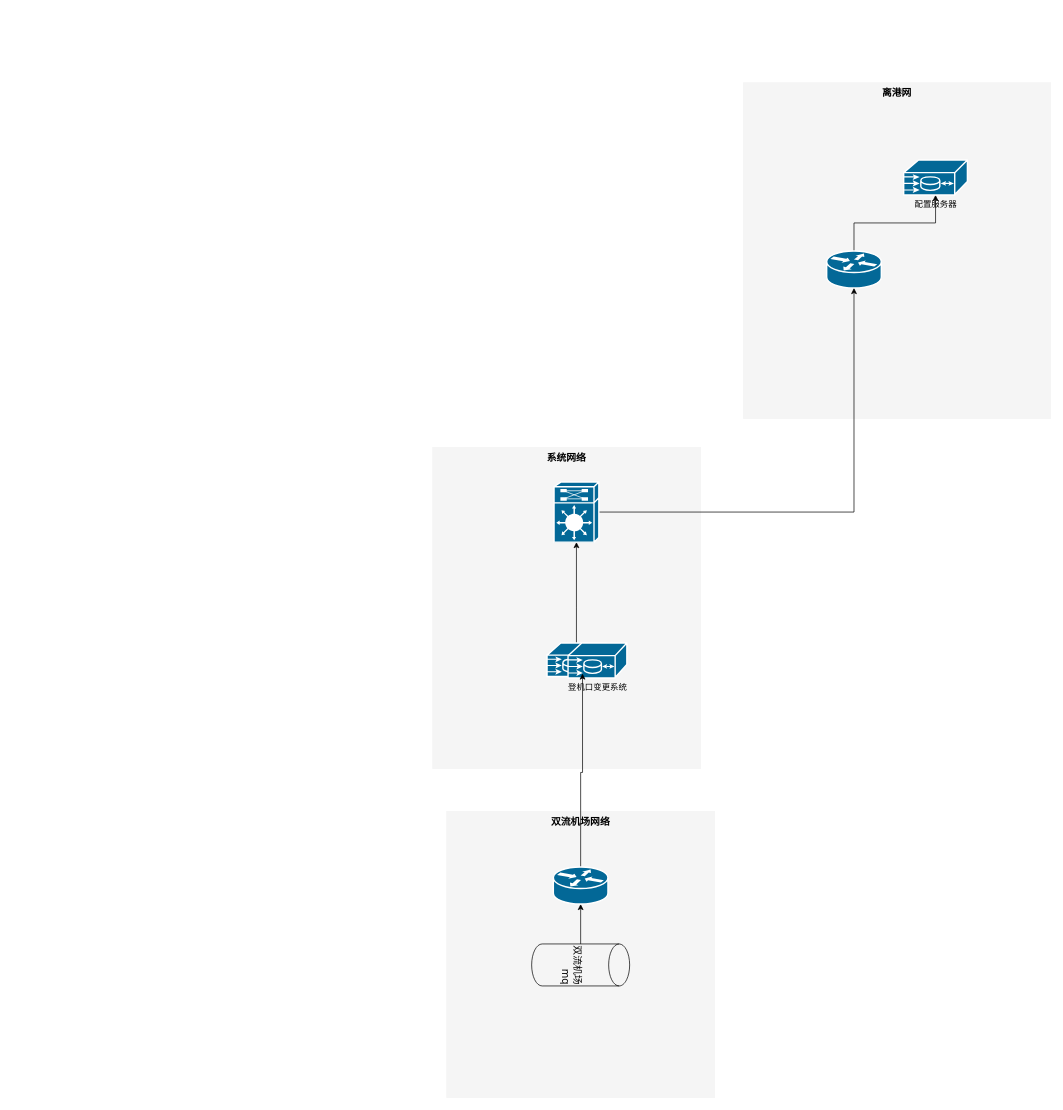
The draw.io diagram 双流机场登机口变更网络图.drawio in yang981209/gitskills, before the edit. Source tidied: cells renumbered, new cells numbered last; positions are measured from the earlier drawing's top-left corner, leaving out a move shared by most shapes. Both pictures are drawn from the tidied source at 70%, with x=0, y=0 at pixel (432, 82).
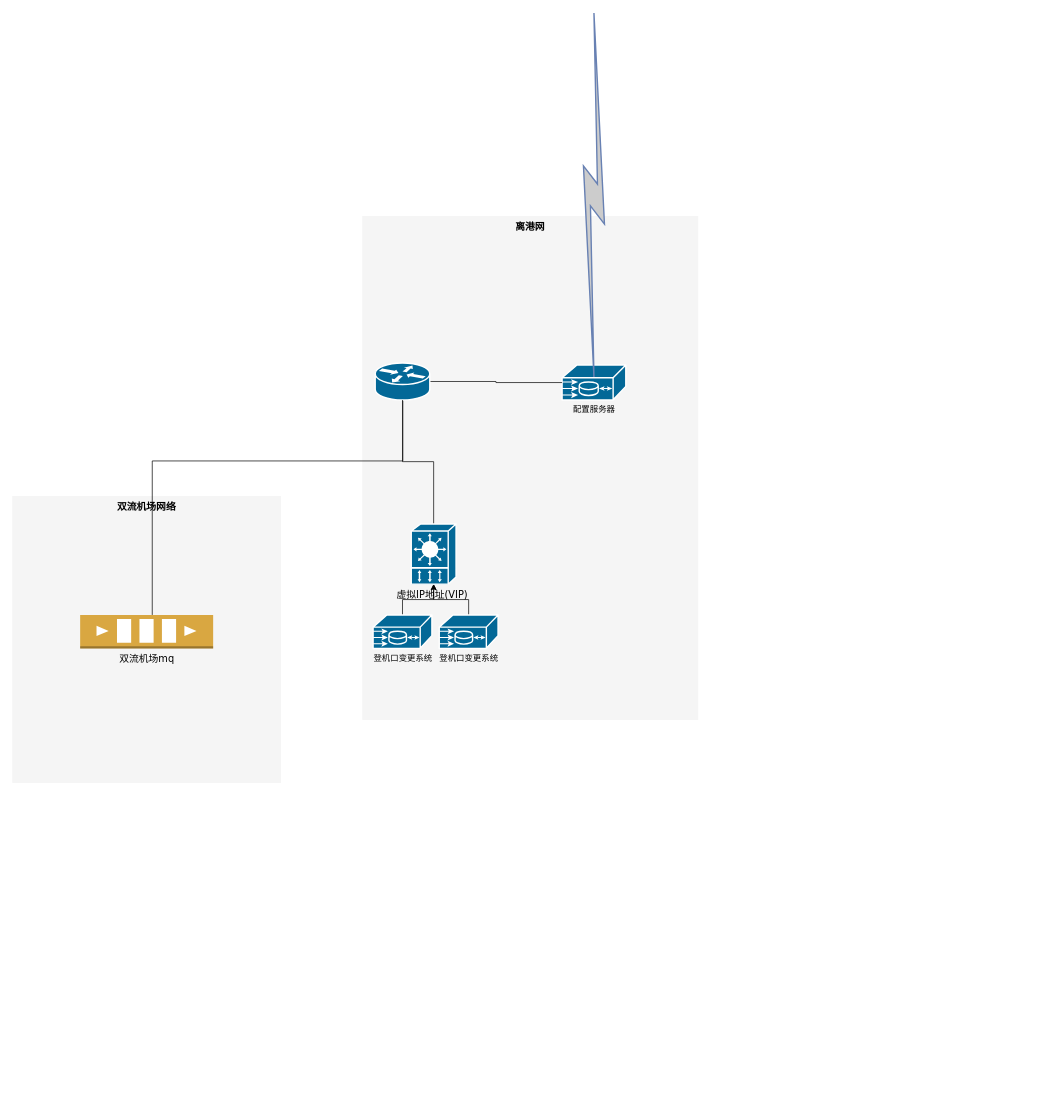
The same page after the edit.

Commit message (it also covers changes not shown here):
更新双流机场登机口变更网络图.drawio

The edit, as a diff of the source:
```diff
@@
 <mxGraphModel>
   <root>
     <mxCell id="0" />
     <mxCell id="1" parent="0" />
     <mxCell id="2" value="离港网" style="whiteSpace=wrap;html=1;rounded=0;shadow=0;comic=0;strokeWidth=1;fontFamily=Verdana;fontSize=14;fillColor=#f5f5f5;strokeColor=none;verticalAlign=top;fontStyle=1;" parent="1" vertex="1">
-      <mxGeometry x="444" width="440" height="481" as="geometry" />
+      <mxGeometry x="-100" y="191" width="480" height="720" as="geometry" />
     </mxCell>
-    <mxCell id="3" value="系统网络" style="whiteSpace=wrap;html=1;rounded=0;shadow=0;comic=0;strokeWidth=1;fontFamily=Verdana;fontSize=14;fillColor=#f5f5f5;strokeColor=none;fontStyle=1;verticalAlign=top;" parent="1" vertex="1">
-      <mxGeometry y="521" width="384" height="460" as="geometry" />
-    </mxCell>
-    <mxCell id="4" style="edgeStyle=orthogonalEdgeStyle;rounded=0;jettySize=auto;html=1;exitX=0.5;exitY=0;exitDx=0;exitDy=0;exitPerimeter=0;fontFamily=Verdana;fontSize=14;fontColor=default;entryX=0.5;entryY=1;entryDx=0;entryDy=0;entryPerimeter=0;" parent="1" edge="1" source="5" target="11">
-      <mxGeometry relative="1" as="geometry">
-        <Array as="points">
-          <mxPoint x="206" y="751" />
-          <mxPoint x="206" y="751" />
-        </Array>
-      </mxGeometry>
-    </mxCell>
+    <mxCell id="17" style="edgeStyle=orthogonalEdgeStyle;rounded=0;jettySize=auto;html=1;exitX=0.5;exitY=0;exitDx=0;exitDy=0;exitPerimeter=0;entryX=0.5;entryY=1;entryDx=0;entryDy=0;entryPerimeter=0;fontFamily=Verdana;fontSize=14;fontColor=default;" parent="1" edge="1" source="5" target="21">
+      <mxGeometry relative="1" as="geometry" />
+    </mxCell>
-    <mxCell id="5" style="shape=mxgraph.cisco.misc.me1100;html=1;dashed=0;fillColor=#036897;strokeColor=#ffffff;strokeWidth=2;verticalLabelPosition=bottom;verticalAlign=top;rounded=0;shadow=0;comic=0;fontFamily=Verdana;fontSize=12;" parent="1" vertex="1">
-      <mxGeometry x="164" y="801" width="84" height="48" as="geometry" />
+    <mxCell id="5" value="登机口变更系统" style="shape=mxgraph.cisco.misc.me1100;html=1;dashed=0;fillColor=#036897;strokeColor=#ffffff;strokeWidth=2;verticalLabelPosition=bottom;verticalAlign=top;rounded=0;shadow=0;comic=0;fontFamily=Verdana;fontSize=12;" parent="1" vertex="1">
+      <mxGeometry x="-84.5" y="761" width="84" height="48" as="geometry" />
     </mxCell>
-    <mxCell id="6" style="edgeStyle=orthogonalEdgeStyle;rounded=0;jettySize=auto;html=1;exitX=0.5;exitY=0;exitDx=0;exitDy=0;exitPerimeter=0;entryX=0.5;entryY=1;entryDx=0;entryDy=0;entryPerimeter=0;fontFamily=Verdana;fontSize=14;fontColor=default;" parent="1" edge="1" source="7" target="8">
-      <mxGeometry relative="1" as="geometry" />
-    </mxCell>
-    <mxCell id="7" style="shape=mxgraph.cisco.routers.router;html=1;dashed=0;fillColor=#036897;strokeColor=#ffffff;strokeWidth=2;verticalLabelPosition=bottom;verticalAlign=top;rounded=0;shadow=0;comic=0;fontFamily=Verdana;fontSize=12;" parent="1" vertex="1">
-      <mxGeometry x="563.5" y="241" width="78" height="53" as="geometry" />
-    </mxCell>
     <mxCell id="8" value="配置服务器" style="shape=mxgraph.cisco.misc.me1100;html=1;dashed=0;fillColor=#036897;strokeColor=#ffffff;strokeWidth=2;verticalLabelPosition=bottom;verticalAlign=top;rounded=0;shadow=0;comic=0;fontFamily=Verdana;fontSize=12;" parent="1" vertex="1">
-      <mxGeometry x="673.5" y="111" width="91" height="50" as="geometry" />
+      <mxGeometry x="185.5" y="404" width="91" height="50" as="geometry" />
     </mxCell>
+    <mxCell id="18" style="edgeStyle=orthogonalEdgeStyle;rounded=0;jettySize=auto;html=1;exitX=0.5;exitY=0;exitDx=0;exitDy=0;exitPerimeter=0;entryX=0.5;entryY=1;entryDx=0;entryDy=0;entryPerimeter=0;fontFamily=Verdana;fontSize=14;fontColor=default;" parent="1" edge="1" source="9" target="21">
+      <mxGeometry relative="1" as="geometry" />
+    </mxCell>
     <mxCell id="9" value="登机口变更系统&lt;br&gt;" style="shape=mxgraph.cisco.misc.me1100;html=1;dashed=0;fillColor=#036897;strokeColor=#ffffff;strokeWidth=2;verticalLabelPosition=bottom;verticalAlign=top;rounded=0;shadow=0;comic=0;fontFamily=Verdana;fontSize=12;" parent="1" vertex="1">
-      <mxGeometry x="194" y="801" width="84" height="50" as="geometry" />
+      <mxGeometry x="10" y="761" width="84" height="48" as="geometry" />
     </mxCell>
-    <mxCell id="10" style="edgeStyle=orthogonalEdgeStyle;rounded=0;jettySize=auto;html=1;entryX=0.5;entryY=1;entryDx=0;entryDy=0;entryPerimeter=0;fontFamily=Verdana;fontSize=14;fontColor=default;exitX=1;exitY=0.5;exitDx=0;exitDy=0;exitPerimeter=0;" parent="1" edge="1" source="11" target="7">
-      <mxGeometry relative="1" as="geometry" />
-    </mxCell>
-    <mxCell id="11" style="shape=mxgraph.cisco.misc.route_switch_processor;html=1;dashed=0;fillColor=#036897;strokeColor=#ffffff;strokeWidth=2;verticalLabelPosition=bottom;verticalAlign=top;rounded=0;shadow=0;comic=0;fontFamily=Verdana;fontSize=12;" parent="1" vertex="1">
-      <mxGeometry x="174" y="571" width="64" height="86" as="geometry" />
-    </mxCell>
     <mxCell id="12" value="双流机场网络" style="whiteSpace=wrap;html=1;rounded=0;shadow=0;comic=0;strokeWidth=1;fontFamily=Verdana;fontSize=14;fillColor=#f5f5f5;strokeColor=none;fontStyle=1;verticalAlign=top;" parent="1" vertex="1">
-      <mxGeometry x="20" y="1041" width="384" height="410" as="geometry" />
+      <mxGeometry x="-600" y="591" width="384" height="410" as="geometry" />
     </mxCell>
-    <mxCell id="13" style="edgeStyle=orthogonalEdgeStyle;rounded=0;jettySize=auto;html=1;exitX=0;exitY=0.5;exitDx=0;exitDy=0;exitPerimeter=0;entryX=0.5;entryY=1;entryDx=0;entryDy=0;entryPerimeter=0;fontFamily=Verdana;fontSize=14;fontColor=default;" parent="1" edge="1" source="14" target="16">
-      <mxGeometry relative="1" as="geometry" />
+    <mxCell id="13" style="edgeStyle=orthogonalEdgeStyle;rounded=0;jettySize=auto;html=1;entryX=0.5;entryY=1;entryDx=0;entryDy=0;entryPerimeter=0;fontFamily=Verdana;fontSize=14;fontColor=default;endArrow=none;endFill=0;" parent="1" edge="1" source="14">
+      <mxGeometry relative="1" as="geometry">
+        <mxPoint x="-44.5" y="441" as="targetPoint" />
+        <Array as="points">
+          <mxPoint x="-400" y="541" />
+          <mxPoint x="-42" y="541" />
+          <mxPoint x="-42" y="441" />
+        </Array>
+      </mxGeometry>
     </mxCell>
+    <mxCell id="19" style="edgeStyle=orthogonalEdgeStyle;rounded=0;jettySize=auto;html=1;exitX=1;exitY=0.5;exitDx=0;exitDy=0;exitPerimeter=0;entryX=0;entryY=0.5;entryDx=0;entryDy=0;entryPerimeter=0;fontFamily=Verdana;fontSize=14;fontColor=default;endArrow=none;endFill=0;" parent="1" edge="1" source="16" target="8">
+      <mxGeometry relative="1" as="geometry" />
+    </mxCell>
+    <mxCell id="16" style="shape=mxgraph.cisco.routers.router;html=1;dashed=0;fillColor=#036897;strokeColor=#ffffff;strokeWidth=2;verticalLabelPosition=bottom;verticalAlign=top;rounded=0;shadow=0;comic=0;fontFamily=Verdana;fontSize=12;" parent="1" vertex="1">
+      <mxGeometry x="-81.5" y="401" width="78" height="53" as="geometry" />
+    </mxCell>
+    <mxCell id="20" style="edgeStyle=orthogonalEdgeStyle;rounded=0;jettySize=auto;html=1;exitX=0.5;exitY=0;exitDx=0;exitDy=0;exitPerimeter=0;entryX=0.5;entryY=1;entryDx=0;entryDy=0;entryPerimeter=0;fontFamily=Verdana;fontSize=14;fontColor=default;endArrow=none;endFill=0;" parent="1" edge="1" source="21" target="16">
+      <mxGeometry relative="1" as="geometry">
+        <Array as="points">
+          <mxPoint x="2" y="542" />
+          <mxPoint x="-42" y="542" />
+        </Array>
+      </mxGeometry>
+    </mxCell>
+    <mxCell id="21" value="虚拟IP地址(VIP)&amp;nbsp;" style="shape=mxgraph.cisco.misc.vip;html=1;dashed=0;fillColor=#036897;strokeColor=#ffffff;strokeWidth=2;verticalLabelPosition=bottom;verticalAlign=top;align=center;outlineConnect=0;rounded=0;shadow=0;comic=0;fontFamily=Verdana;fontSize=14;fontColor=default;" parent="1" vertex="1">
+      <mxGeometry x="-30" y="631" width="64" height="86" as="geometry" />
+    </mxCell>
+    <mxCell id="22" style="fontColor=#0066CC;verticalAlign=top;verticalLabelPosition=bottom;labelPosition=center;align=center;html=1;fillColor=#CCCCCC;strokeColor=#6881B3;gradientColor=none;gradientDirection=north;strokeWidth=2;shape=mxgraph.networks.comm_link;rounded=0;shadow=0;comic=0;fontFamily=Verdana;fontSize=14;" parent="1" vertex="1">
+      <mxGeometry x="216" y="-99" width="30" height="520" as="geometry" />
+    </mxCell>
-    <mxCell id="14" value="双流机场mq" style="shape=cylinder3;whiteSpace=wrap;html=1;boundedLbl=1;backgroundOutline=1;size=15;rounded=0;shadow=0;comic=0;strokeWidth=1;fontFamily=Verdana;fontSize=14;fontColor=default;fillColor=#f5f5f5;rotation=90;align=right;" parent="1" vertex="1">
-      <mxGeometry x="182" y="1191" width="60" height="140" as="geometry" />
+    <mxCell id="14" value="双流机场mq" style="outlineConnect=0;dashed=0;verticalLabelPosition=bottom;verticalAlign=top;align=center;html=1;shape=mxgraph.aws3.queue;fillColor=#D9A741;gradientColor=none;rounded=0;shadow=0;comic=0;strokeWidth=1;fontFamily=Verdana;fontSize=14;fontColor=default;" parent="1" vertex="1">
+      <mxGeometry x="-503" y="761" width="190" height="48" as="geometry" />
     </mxCell>
-    <mxCell id="15" style="edgeStyle=orthogonalEdgeStyle;rounded=0;jettySize=auto;html=1;exitX=0.5;exitY=0;exitDx=0;exitDy=0;exitPerimeter=0;entryX=0.246;entryY=0.875;entryDx=0;entryDy=0;entryPerimeter=0;fontFamily=Verdana;fontSize=14;fontColor=default;" parent="1" edge="1" source="16" target="9">
-      <mxGeometry relative="1" as="geometry" />
-    </mxCell>
-    <mxCell id="16" style="shape=mxgraph.cisco.routers.router;html=1;dashed=0;fillColor=#036897;strokeColor=#ffffff;strokeWidth=2;verticalLabelPosition=bottom;verticalAlign=top;rounded=0;shadow=0;comic=0;fontFamily=Verdana;fontSize=12;" parent="1" vertex="1">
-      <mxGeometry x="173" y="1121" width="78" height="53" as="geometry" />
-    </mxCell>
   </root>
 </mxGraphModel>
```
